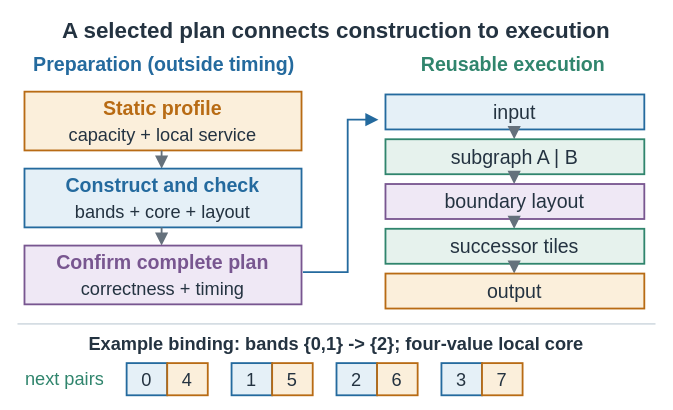
Earlier version of the draw.io export paper/figures/drawio/exports/system_architecture.svg (TruNcat3/cuButterfly). Source tidied: cells renumbered, new cells last; positions are measured from the earlier drawing's top-left corner, leaving out a move shared by most shapes.
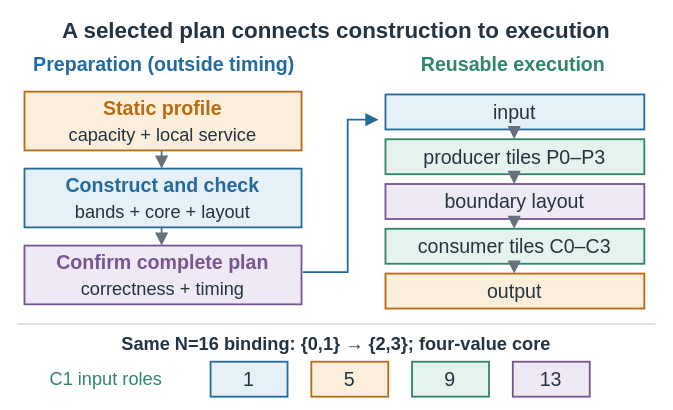
After the change.

The edit, as a diff of the source:
```diff
@@ -72,7 +72,7 @@
         <mxPoint x="367" y="99" as="targetPoint" />
       </mxGeometry>
     </mxCell>
-    <mxCell id="20" value="subgraph A | B" style="shape=rectangle;rounded=0;arcSize=10;whiteSpace=wrap;html=0;fillColor=#e6f2ed;strokeColor=#30856d;strokeWidth=1.3;fontFamily=Helvetica;fontSize=14;fontColor=#243341;fontStyle=0;align=center;verticalAlign=middle;spacing=4;dashed=0;" parent="1" vertex="1">
+    <mxCell id="20" value="producer tiles P0–P3" style="shape=rectangle;rounded=0;arcSize=10;whiteSpace=wrap;html=0;fillColor=#e6f2ed;strokeColor=#30856d;strokeWidth=1.3;fontFamily=Helvetica;fontSize=14;fontColor=#243341;fontStyle=0;align=center;verticalAlign=middle;spacing=4;dashed=0;" parent="1" vertex="1">
       <mxGeometry x="275" y="99" width="185" height="25" as="geometry" />
     </mxCell>
     <mxCell id="21" style="edgeStyle=none;rounded=0;html=0;strokeColor=#65717c;strokeWidth=1.3;dashed=0;endArrow=block;endFill=1;endSize=6;fontFamily=Helvetica;fontSize=14;fontColor=#65717c;" parent="1" edge="1">
@@ -90,7 +90,7 @@
         <mxPoint x="367" y="163" as="targetPoint" />
       </mxGeometry>
     </mxCell>
-    <mxCell id="24" value="successor tiles" style="shape=rectangle;rounded=0;arcSize=10;whiteSpace=wrap;html=0;fillColor=#e6f2ed;strokeColor=#30856d;strokeWidth=1.3;fontFamily=Helvetica;fontSize=14;fontColor=#243341;fontStyle=0;align=center;verticalAlign=middle;spacing=4;dashed=0;" parent="1" vertex="1">
+    <mxCell id="24" value="consumer tiles C0–C3" style="shape=rectangle;rounded=0;arcSize=10;whiteSpace=wrap;html=0;fillColor=#e6f2ed;strokeColor=#30856d;strokeWidth=1.3;fontFamily=Helvetica;fontSize=14;fontColor=#243341;fontStyle=0;align=center;verticalAlign=middle;spacing=4;dashed=0;" parent="1" vertex="1">
       <mxGeometry x="275" y="163" width="185" height="25" as="geometry" />
     </mxCell>
     <mxCell id="25" style="edgeStyle=none;rounded=0;html=0;strokeColor=#65717c;strokeWidth=1.3;dashed=0;endArrow=block;endFill=1;endSize=6;fontFamily=Helvetica;fontSize=14;fontColor=#65717c;" parent="1" edge="1">
@@ -108,35 +108,23 @@
         <mxPoint x="468" y="231" as="targetPoint" />
       </mxGeometry>
     </mxCell>
-    <mxCell id="28" value="Example binding: bands {0,1} -&gt; {2}; four-value local core" style="text;html=0;whiteSpace=wrap;overflow=hidden;fillColor=none;strokeColor=none;fontFamily=Helvetica;fontSize=13;fontColor=#243341;fontStyle=1;align=center;verticalAlign=middle;spacing=0;" parent="1" vertex="1">
+    <mxCell id="28" value="Same N=16 binding: {0,1} → {2,3}; four-value core" style="text;html=0;whiteSpace=wrap;overflow=hidden;fillColor=none;strokeColor=none;fontFamily=Helvetica;fontSize=13;fontColor=#243341;fontStyle=1;align=center;verticalAlign=middle;spacing=0;" parent="1" vertex="1">
       <mxGeometry x="12" y="236" width="456" height="18" as="geometry" />
     </mxCell>
-    <mxCell id="29" value="0" style="shape=rectangle;rounded=0;arcSize=10;whiteSpace=wrap;html=0;fillColor=#e5f0f7;strokeColor=#246a9e;strokeWidth=1.3;fontFamily=Helvetica;fontSize=13;fontColor=#243341;fontStyle=0;align=center;verticalAlign=middle;spacing=4;dashed=0;" parent="1" vertex="1">
-      <mxGeometry x="90" y="259" width="29" height="23" as="geometry" />
+    <mxCell id="29" value="C1 input roles" style="text;html=0;whiteSpace=wrap;overflow=hidden;fillColor=none;strokeColor=none;fontFamily=Helvetica;fontSize=13;fontColor=#30856d;fontStyle=0;align=center;verticalAlign=middle;spacing=0;" parent="1" vertex="1">
+      <mxGeometry x="8" y="260" width="135" height="20" as="geometry" />
     </mxCell>
-    <mxCell id="30" value="4" style="shape=rectangle;rounded=0;arcSize=10;whiteSpace=wrap;html=0;fillColor=#fbefdb;strokeColor=#b86b14;strokeWidth=1.3;fontFamily=Helvetica;fontSize=13;fontColor=#243341;fontStyle=0;align=center;verticalAlign=middle;spacing=4;dashed=0;" parent="1" vertex="1">
-      <mxGeometry x="119" y="259" width="29" height="23" as="geometry" />
+    <mxCell id="30" value="1" style="shape=rectangle;rounded=0;arcSize=10;whiteSpace=wrap;html=0;fillColor=#e5f0f7;strokeColor=#246a9e;strokeWidth=1.3;fontFamily=Helvetica;fontSize=14;fontColor=#243341;fontStyle=0;align=center;verticalAlign=middle;spacing=4;dashed=0;" parent="1" vertex="1">
+      <mxGeometry x="150" y="258" width="55" height="25" as="geometry" />
     </mxCell>
-    <mxCell id="31" value="1" style="shape=rectangle;rounded=0;arcSize=10;whiteSpace=wrap;html=0;fillColor=#e5f0f7;strokeColor=#246a9e;strokeWidth=1.3;fontFamily=Helvetica;fontSize=13;fontColor=#243341;fontStyle=0;align=center;verticalAlign=middle;spacing=4;dashed=0;" parent="1" vertex="1">
-      <mxGeometry x="165" y="259" width="29" height="23" as="geometry" />
+    <mxCell id="31" value="5" style="shape=rectangle;rounded=0;arcSize=10;whiteSpace=wrap;html=0;fillColor=#fbefdb;strokeColor=#b86b14;strokeWidth=1.3;fontFamily=Helvetica;fontSize=14;fontColor=#243341;fontStyle=0;align=center;verticalAlign=middle;spacing=4;dashed=0;" parent="1" vertex="1">
+      <mxGeometry x="222" y="258" width="55" height="25" as="geometry" />
     </mxCell>
-    <mxCell id="32" value="5" style="shape=rectangle;rounded=0;arcSize=10;whiteSpace=wrap;html=0;fillColor=#fbefdb;strokeColor=#b86b14;strokeWidth=1.3;fontFamily=Helvetica;fontSize=13;fontColor=#243341;fontStyle=0;align=center;verticalAlign=middle;spacing=4;dashed=0;" parent="1" vertex="1">
-      <mxGeometry x="194" y="259" width="29" height="23" as="geometry" />
+    <mxCell id="32" value="9" style="shape=rectangle;rounded=0;arcSize=10;whiteSpace=wrap;html=0;fillColor=#e6f2ed;strokeColor=#30856d;strokeWidth=1.3;fontFamily=Helvetica;fontSize=14;fontColor=#243341;fontStyle=0;align=center;verticalAlign=middle;spacing=4;dashed=0;" parent="1" vertex="1">
+      <mxGeometry x="294" y="258" width="55" height="25" as="geometry" />
     </mxCell>
-    <mxCell id="33" value="2" style="shape=rectangle;rounded=0;arcSize=10;whiteSpace=wrap;html=0;fillColor=#e5f0f7;strokeColor=#246a9e;strokeWidth=1.3;fontFamily=Helvetica;fontSize=13;fontColor=#243341;fontStyle=0;align=center;verticalAlign=middle;spacing=4;dashed=0;" parent="1" vertex="1">
-      <mxGeometry x="240" y="259" width="29" height="23" as="geometry" />
+    <mxCell id="33" value="13" style="shape=rectangle;rounded=0;arcSize=10;whiteSpace=wrap;html=0;fillColor=#efe8f5;strokeColor=#785690;strokeWidth=1.3;fontFamily=Helvetica;fontSize=14;fontColor=#243341;fontStyle=0;align=center;verticalAlign=middle;spacing=4;dashed=0;" parent="1" vertex="1">
+      <mxGeometry x="366" y="258" width="55" height="25" as="geometry" />
     </mxCell>
-    <mxCell id="34" value="6" style="shape=rectangle;rounded=0;arcSize=10;whiteSpace=wrap;html=0;fillColor=#fbefdb;strokeColor=#b86b14;strokeWidth=1.3;fontFamily=Helvetica;fontSize=13;fontColor=#243341;fontStyle=0;align=center;verticalAlign=middle;spacing=4;dashed=0;" parent="1" vertex="1">
-      <mxGeometry x="269" y="259" width="29" height="23" as="geometry" />
-    </mxCell>
-    <mxCell id="35" value="3" style="shape=rectangle;rounded=0;arcSize=10;whiteSpace=wrap;html=0;fillColor=#e5f0f7;strokeColor=#246a9e;strokeWidth=1.3;fontFamily=Helvetica;fontSize=13;fontColor=#243341;fontStyle=0;align=center;verticalAlign=middle;spacing=4;dashed=0;" parent="1" vertex="1">
-      <mxGeometry x="315" y="259" width="29" height="23" as="geometry" />
-    </mxCell>
-    <mxCell id="36" value="7" style="shape=rectangle;rounded=0;arcSize=10;whiteSpace=wrap;html=0;fillColor=#fbefdb;strokeColor=#b86b14;strokeWidth=1.3;fontFamily=Helvetica;fontSize=13;fontColor=#243341;fontStyle=0;align=center;verticalAlign=middle;spacing=4;dashed=0;" parent="1" vertex="1">
-      <mxGeometry x="344" y="259" width="29" height="23" as="geometry" />
-    </mxCell>
-    <mxCell id="37" value="next pairs" style="text;html=0;whiteSpace=wrap;overflow=hidden;fillColor=none;strokeColor=none;fontFamily=Helvetica;fontSize=13;fontColor=#30856d;fontStyle=0;align=center;verticalAlign=middle;spacing=0;" parent="1" vertex="1">
-      <mxGeometry x="8" y="260" width="76" height="20" as="geometry" />
-    </mxCell>
   </root>
 </mxGraphModel>
```
